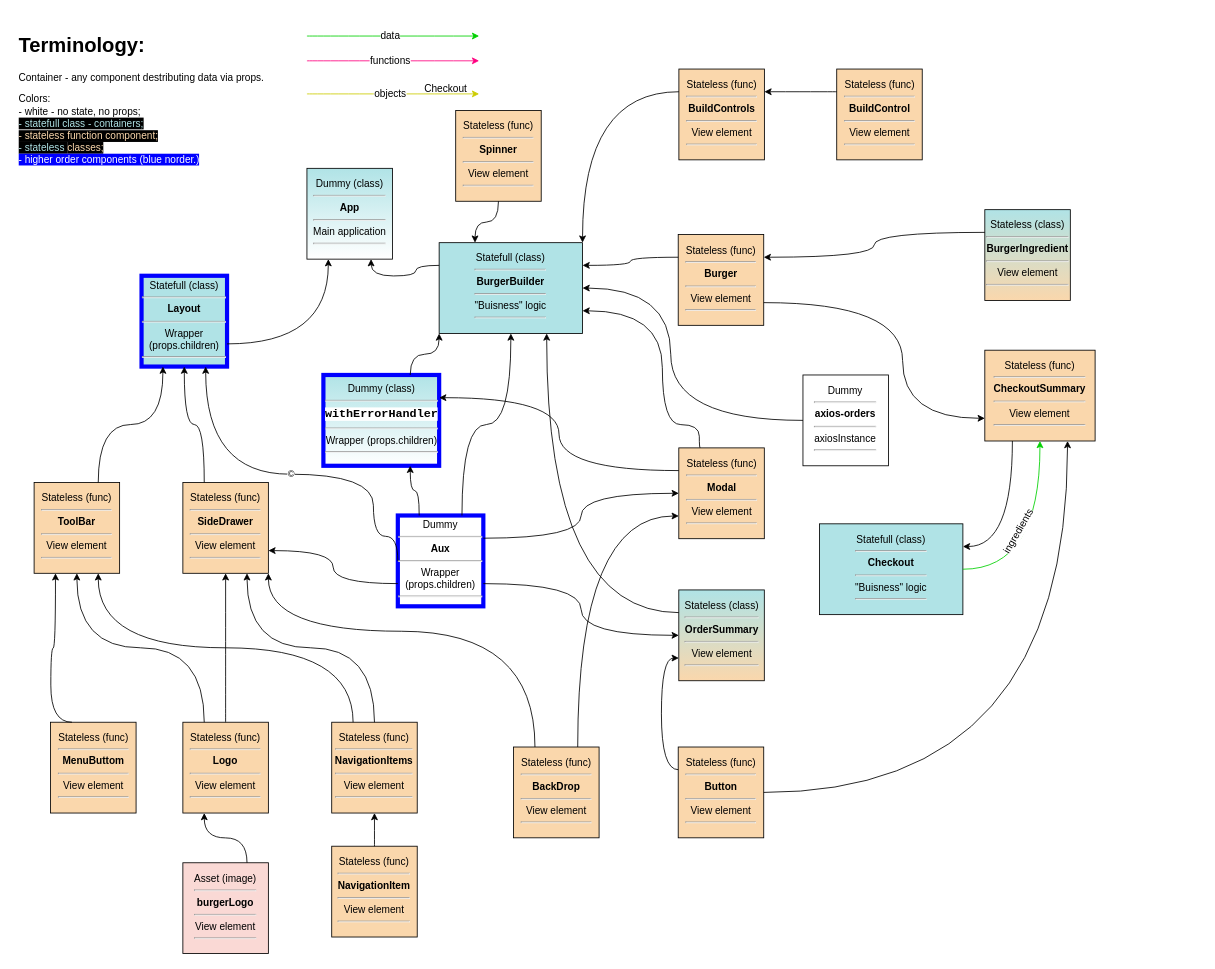
Sergey190309/burger-builder keeps this draw.io diagram as page "Application stracture" (5 of 5) of burger-builder.drawio. Above is the earlier version. Source tidied: cells renumbered, new cells numbered last; positions are measured from the earlier drawing's top-left corner, leaving out a move shared by most shapes. Both pictures are drawn from the tidied source at 84%, with x=0, y=0 at pixel (14, 29).
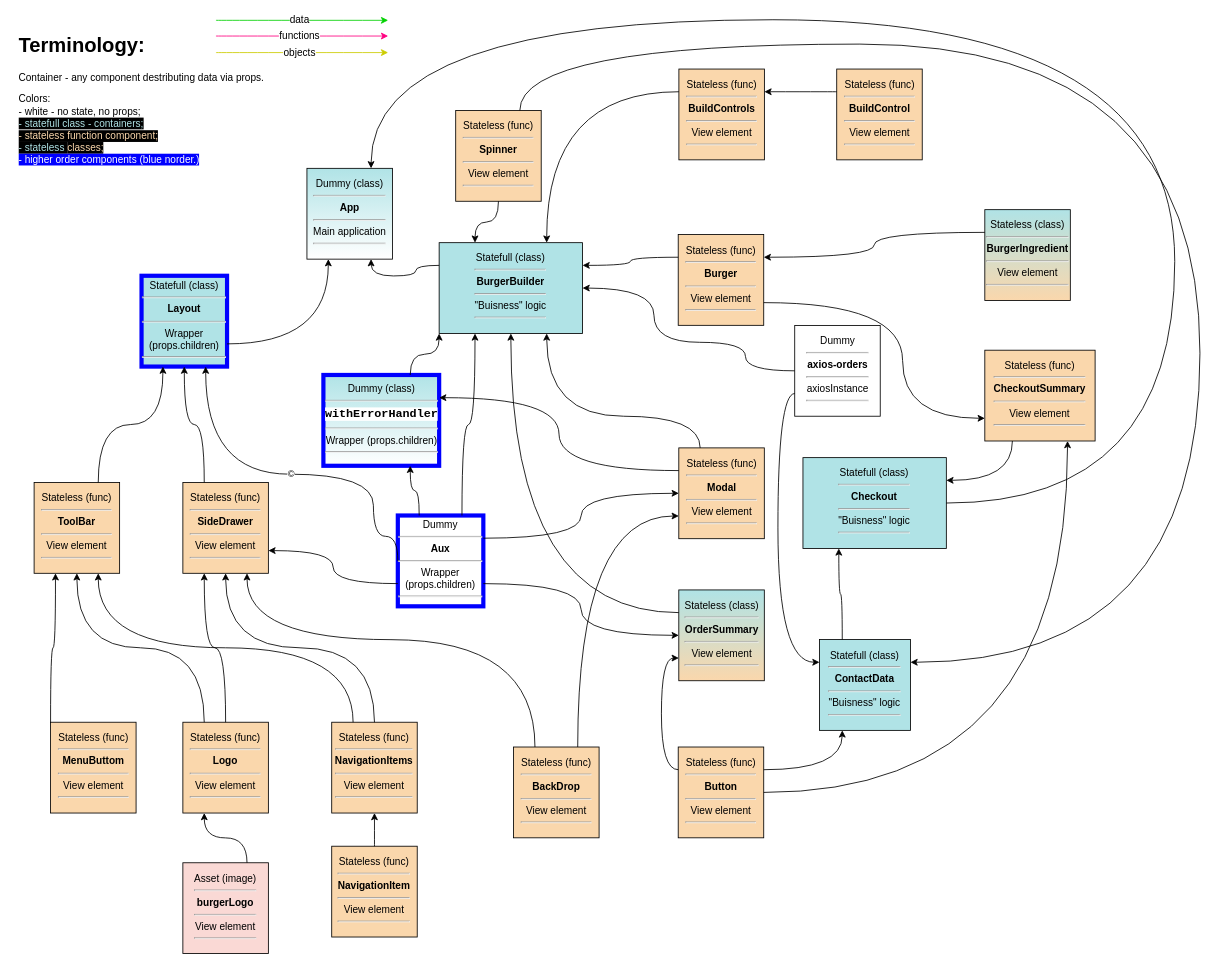
After the change.

The change refers to these unchanged cells:
```xml
<mxCell id="14" value="Statefull (class)&lt;br&gt;&lt;hr&gt;&lt;b&gt;BurgerBuilder&lt;/b&gt;&lt;br&gt;&lt;hr&gt;&quot;Buisness&quot; logic&lt;br&gt;&lt;hr&gt;" style="rounded=0;whiteSpace=wrap;html=1;fillColor=#b0e3e6;strokeColor=#000000;arcSize=0;glass=0;comic=0;shadow=0;" parent="11" vertex="1">
  <mxGeometry x="505.3" y="254.4" width="170.7" height="108.1" as="geometry" />
</mxCell>
<mxCell id="16" value="Dummy (class)&lt;br&gt;&lt;hr&gt;&lt;b&gt;App&lt;/b&gt;&lt;br&gt;&lt;hr&gt;Main application&lt;br&gt;&lt;hr&gt;" style="rounded=0;whiteSpace=wrap;html=1;fillColor=#B0E3E6;strokeColor=#000000;arcSize=0;glass=0;comic=0;shadow=0;gradientColor=#ffffff;" parent="11" vertex="1">
  <mxGeometry x="347.9" y="165.9" width="101.8" height="108.1" as="geometry" />
</mxCell>
<mxCell id="17" value="Dummy&lt;br&gt;&lt;hr&gt;&lt;b&gt;Aux&lt;/b&gt;&lt;br&gt;&lt;hr&gt;Wrapper (props.children)&lt;br&gt;&lt;hr&gt;" style="rounded=0;whiteSpace=wrap;html=1;fillColor=none;strokeColor=#0000FF;arcSize=0;glass=0;comic=0;shadow=0;strokeWidth=5;" parent="11" vertex="1">
  <mxGeometry x="456.1" y="579.2" width="101.8" height="108.1" as="geometry" />
</mxCell>
<mxCell id="18" value="Stateless (func)&lt;br&gt;&lt;hr&gt;&lt;b&gt;ToolBar&lt;/b&gt;&lt;br&gt;&lt;hr&gt;View element&lt;br&gt;&lt;hr&gt;" style="rounded=0;whiteSpace=wrap;html=1;fillColor=#fad7ac;strokeColor=#000000;arcSize=0;glass=0;comic=0;shadow=0;" parent="11" vertex="1">
  <mxGeometry x="23.1" y="539.9" width="101.8" height="108.1" as="geometry" />
</mxCell>
<mxCell id="19" value="Stateless (func)&lt;br&gt;&lt;hr&gt;&lt;b&gt;SideDrawer&lt;/b&gt;&lt;br&gt;&lt;hr&gt;View element&lt;br&gt;&lt;hr&gt;" style="rounded=0;whiteSpace=wrap;html=1;fillColor=#fad7ac;strokeColor=#000000;arcSize=0;glass=0;comic=0;shadow=0;" parent="11" vertex="1">
  <mxGeometry x="200.2" y="539.9" width="101.8" height="108.1" as="geometry" />
</mxCell>
<mxCell id="20" value="Stateless (func)&lt;br&gt;&lt;hr&gt;&lt;b&gt;Logo&lt;/b&gt;&lt;br&gt;&lt;hr&gt;View element&lt;br&gt;&lt;hr&gt;" style="rounded=0;whiteSpace=wrap;html=1;fillColor=#fad7ac;strokeColor=#000000;arcSize=0;glass=0;comic=0;shadow=0;" parent="11" vertex="1">
  <mxGeometry x="200.2" y="825.3" width="101.8" height="108.1" as="geometry" />
</mxCell>
<mxCell id="21" value="Stateless (func)&lt;br&gt;&lt;hr&gt;&lt;b&gt;NavigationItems&lt;/b&gt;&lt;br&gt;&lt;hr&gt;View element&lt;br&gt;&lt;hr&gt;" style="rounded=0;whiteSpace=wrap;html=1;fillColor=#fad7ac;strokeColor=#000000;arcSize=0;glass=0;comic=0;shadow=0;" parent="11" vertex="1">
  <mxGeometry x="377.4" y="825.3" width="101.8" height="108.1" as="geometry" />
</mxCell>
<mxCell id="22" value="Stateless (func)&lt;br&gt;&lt;hr&gt;&lt;b&gt;BackDrop&lt;/b&gt;&lt;br&gt;&lt;hr&gt;View element&lt;br&gt;&lt;hr&gt;" style="rounded=0;whiteSpace=wrap;html=1;fillColor=#fad7ac;strokeColor=#000000;arcSize=0;glass=0;comic=0;shadow=0;" parent="11" vertex="1">
  <mxGeometry x="593.9" y="854.8" width="101.8" height="108.1" as="geometry" />
</mxCell>
<mxCell id="26" value="Stateless (func)&lt;br&gt;&lt;hr&gt;&lt;b&gt;BuildControls&lt;/b&gt;&lt;br&gt;&lt;hr&gt;View element&lt;br&gt;&lt;hr&gt;" style="rounded=0;whiteSpace=wrap;html=1;fillColor=#fad7ac;strokeColor=#000000;arcSize=0;glass=0;comic=0;shadow=0;" parent="11" vertex="1">
  <mxGeometry x="790.7" y="47.7" width="101.8" height="108.1" as="geometry" />
</mxCell>
<mxCell id="27" value="Stateless (func)&lt;br&gt;&lt;hr&gt;&lt;b&gt;Modal&lt;/b&gt;&lt;br&gt;&lt;hr&gt;View element&lt;br&gt;&lt;hr&gt;" style="rounded=0;whiteSpace=wrap;html=1;fillColor=#fad7ac;strokeColor=#000000;arcSize=0;glass=0;comic=0;shadow=0;" parent="11" vertex="1">
  <mxGeometry x="790.6" y="498.7" width="101.8" height="108.1" as="geometry" />
</mxCell>
<mxCell id="28" value="Stateless (class)&lt;br&gt;&lt;hr&gt;&lt;b&gt;OrderSummary&lt;/b&gt;&lt;br&gt;&lt;hr&gt;View element&lt;br&gt;&lt;hr&gt;" style="rounded=0;whiteSpace=wrap;html=1;fillColor=#fad7ac;strokeColor=#000000;arcSize=0;glass=0;comic=0;shadow=0;gradientColor=#B0E3E6;gradientDirection=north;" parent="11" vertex="1">
  <mxGeometry x="790.6" y="667.8" width="101.8" height="108.1" as="geometry" />
</mxCell>
<mxCell id="31" value="Stateless (func)&lt;br&gt;&lt;hr&gt;&lt;b&gt;Button&lt;/b&gt;&lt;br&gt;&lt;hr&gt;View element&lt;br&gt;&lt;hr&gt;" style="rounded=0;whiteSpace=wrap;html=1;fillColor=#fad7ac;strokeColor=#000000;arcSize=0;glass=0;comic=0;shadow=0;" parent="11" vertex="1">
  <mxGeometry x="789.9" y="854.8" width="101.8" height="108.1" as="geometry" />
</mxCell>
<mxCell id="32" value="Stateless (func)&lt;br&gt;&lt;hr&gt;&lt;b&gt;MenuButtom&lt;/b&gt;&lt;br&gt;&lt;hr&gt;View element&lt;br&gt;&lt;hr&gt;" style="rounded=0;whiteSpace=wrap;html=1;fillColor=#fad7ac;strokeColor=#000000;arcSize=0;glass=0;comic=0;shadow=0;" parent="11" vertex="1">
  <mxGeometry x="42.7" y="825.3" width="101.8" height="108.1" as="geometry" />
</mxCell>
<mxCell id="35" value="Stateless (func)&lt;br&gt;&lt;hr&gt;&lt;b&gt;Spinner&lt;/b&gt;&lt;br&gt;&lt;hr&gt;View element&lt;br&gt;&lt;hr&gt;" style="rounded=0;whiteSpace=wrap;html=1;fillColor=#fad7ac;strokeColor=#000000;arcSize=0;glass=0;comic=0;shadow=0;" parent="11" vertex="1">
  <mxGeometry x="525" y="97" width="101.8" height="108.1" as="geometry" />
</mxCell>
```

The edit, as a diff of the source:
```diff
@@
     <mxCell id="3" style="edgeStyle=orthogonalEdgeStyle;curved=1;rounded=0;orthogonalLoop=1;jettySize=auto;html=1;strokeColor=#00D100;" parent="1" edge="1">
       <mxGeometry relative="1" as="geometry">
-        <mxPoint x="347.9" y="8.4" as="sourcePoint" />
-        <mxPoint x="552.9" y="8.4" as="targetPoint" />
+        <mxPoint x="239.6" y="-10.3" as="sourcePoint" />
+        <mxPoint x="444.6" y="-10.3" as="targetPoint" />
       </mxGeometry>
     </mxCell>
@@
     <mxCell id="5" style="edgeStyle=orthogonalEdgeStyle;curved=1;rounded=0;orthogonalLoop=1;jettySize=auto;html=1;strokeColor=#FF0080;" parent="1" edge="1">
       <mxGeometry relative="1" as="geometry">
-        <mxPoint x="347.9" y="37.9" as="sourcePoint" />
-        <mxPoint x="552.9" y="37.9" as="targetPoint" />
+        <mxPoint x="239.6" y="8.4" as="sourcePoint" />
+        <mxPoint x="444.6" y="8.4" as="targetPoint" />
       </mxGeometry>
     </mxCell>
@@
     <mxCell id="7" style="edgeStyle=orthogonalEdgeStyle;curved=1;rounded=0;orthogonalLoop=1;jettySize=auto;html=1;strokeColor=#CCCC00;" parent="1" edge="1">
       <mxGeometry relative="1" as="geometry">
-        <mxPoint x="347.9" y="77.3" as="sourcePoint" />
-        <mxPoint x="552.9" y="77.3" as="targetPoint" />
+        <mxPoint x="239.6" y="28.1" as="sourcePoint" />
+        <mxPoint x="444.6" y="28.1" as="targetPoint" />
       </mxGeometry>
     </mxCell>
@@
-    <mxCell id="9" value="Statefull (class)&lt;br&gt;&lt;hr&gt;&lt;b&gt;Checkout&lt;/b&gt;&lt;br&gt;&lt;hr&gt;&quot;Buisness&quot; logic&lt;br&gt;&lt;hr&gt;" style="rounded=0;whiteSpace=wrap;html=1;fillColor=#b0e3e6;strokeColor=#000000;arcSize=0;glass=0;comic=0;shadow=0;" parent="1" vertex="1">
-      <mxGeometry x="958.1" y="589.1" width="170.7" height="108.1" as="geometry" />
-    </mxCell>
-    <mxCell id="10" value="Stateless (func)&lt;br&gt;&lt;hr&gt;&lt;b&gt;CheckoutSummary&lt;/b&gt;&lt;br&gt;&lt;hr&gt;View element&lt;br&gt;&lt;hr&gt;" style="rounded=0;whiteSpace=wrap;html=1;fillColor=#fad7ac;strokeColor=#000000;arcSize=0;glass=0;comic=0;shadow=0;" parent="1" vertex="1">
-      <mxGeometry x="1154.9" y="382.4" width="131.3" height="108.1" as="geometry" />
-    </mxCell>
@@
     <mxCell id="33" value="Dummy&lt;br&gt;&lt;hr&gt;&lt;b&gt;axios-orders&lt;/b&gt;&lt;br&gt;&lt;hr&gt;axiosInstance&lt;br&gt;&lt;hr&gt;" style="rounded=0;whiteSpace=wrap;html=1;fillColor=none;strokeColor=#000000;arcSize=0;glass=0;comic=0;shadow=0;" parent="11" vertex="1">
-      <mxGeometry x="938.4" y="411.9" width="101.8" height="108.1" as="geometry" />
+      <mxGeometry x="928.6" y="352.9" width="101.8" height="108.1" as="geometry" />
     </mxCell>
@@
+    <mxCell id="9" value="Statefull (class)&lt;br&gt;&lt;hr&gt;&lt;b&gt;Checkout&lt;/b&gt;&lt;br&gt;&lt;hr&gt;&quot;Buisness&quot; logic&lt;br&gt;&lt;hr&gt;" style="rounded=0;whiteSpace=wrap;html=1;fillColor=#b0e3e6;strokeColor=#000000;arcSize=0;glass=0;comic=0;shadow=0;" parent="11" vertex="1">
+      <mxGeometry x="938.4" y="510.3" width="170.7" height="108.1" as="geometry" />
+    </mxCell>
+    <mxCell id="10" value="Stateless (func)&lt;br&gt;&lt;hr&gt;&lt;b&gt;CheckoutSummary&lt;/b&gt;&lt;br&gt;&lt;hr&gt;View element&lt;br&gt;&lt;hr&gt;" style="rounded=0;whiteSpace=wrap;html=1;fillColor=#fad7ac;strokeColor=#000000;arcSize=0;glass=0;comic=0;shadow=0;" parent="11" vertex="1">
+      <mxGeometry x="1154.9" y="382.4" width="131.3" height="108.1" as="geometry" />
+    </mxCell>
+    <mxCell id="76" value="Statefull (class)&lt;br&gt;&lt;hr&gt;&lt;b&gt;ContactData&lt;/b&gt;&lt;br&gt;&lt;hr&gt;&quot;Buisness&quot; logic&lt;br&gt;&lt;hr&gt;" style="rounded=0;whiteSpace=wrap;html=1;fillColor=#b0e3e6;strokeColor=#000000;arcSize=0;glass=0;comic=0;shadow=0;" parent="11" vertex="1">
+      <mxGeometry x="958.1" y="726.9" width="108.3" height="108.1" as="geometry" />
+    </mxCell>
@@
-    <mxCell id="47" style="edgeStyle=orthogonalEdgeStyle;curved=1;rounded=0;jettySize=auto;html=1;exitX=0.5;exitY=0;exitDx=0;exitDy=0;entryX=0.5;entryY=1;entryDx=0;entryDy=0;" parent="36" edge="1" source="20" target="19">
+    <mxCell id="47" style="edgeStyle=orthogonalEdgeStyle;curved=1;rounded=0;jettySize=auto;html=1;exitX=0.5;exitY=0;exitDx=0;exitDy=0;entryX=0.25;entryY=1;entryDx=0;entryDy=0;" parent="36" edge="1" source="20" target="19">
       <mxGeometry relative="1" as="geometry" />
     </mxCell>
-    <mxCell id="48" style="edgeStyle=orthogonalEdgeStyle;curved=1;rounded=0;jettySize=auto;html=1;exitX=0.5;exitY=0;exitDx=0;exitDy=0;entryX=0.75;entryY=1;entryDx=0;entryDy=0;" parent="36" edge="1" source="21" target="19">
+    <mxCell id="48" style="edgeStyle=orthogonalEdgeStyle;curved=1;rounded=0;jettySize=auto;html=1;exitX=0.5;exitY=0;exitDx=0;exitDy=0;entryX=0.5;entryY=1;entryDx=0;entryDy=0;" parent="36" edge="1" source="21" target="19">
       <mxGeometry relative="1" as="geometry" />
     </mxCell>
-    <mxCell id="49" style="edgeStyle=orthogonalEdgeStyle;curved=1;rounded=0;jettySize=auto;html=1;exitX=0.25;exitY=0;exitDx=0;exitDy=0;entryX=1;entryY=1;entryDx=0;entryDy=0;" parent="36" edge="1" source="22" target="19">
+    <mxCell id="49" style="edgeStyle=orthogonalEdgeStyle;curved=1;rounded=0;jettySize=auto;html=1;exitX=0.25;exitY=0;exitDx=0;exitDy=0;entryX=0.75;entryY=1;entryDx=0;entryDy=0;" parent="36" edge="1" source="22" target="19">
       <mxGeometry relative="1" as="geometry">
         <Array as="points">
-          <mxPoint x="619" y="717" />
-          <mxPoint x="302" y="717" />
+          <mxPoint x="619" y="727" />
+          <mxPoint x="277" y="727" />
         </Array>
       </mxGeometry>
     </mxCell>
@@
-    <mxCell id="52" style="edgeStyle=orthogonalEdgeStyle;curved=1;rounded=0;jettySize=auto;html=1;exitX=0.75;exitY=0;exitDx=0;exitDy=0;entryX=0.5;entryY=1;entryDx=0;entryDy=0;" parent="36" edge="1" source="17" target="14">
+    <mxCell id="52" style="edgeStyle=orthogonalEdgeStyle;curved=1;rounded=0;jettySize=auto;html=1;exitX=0.75;exitY=0;exitDx=0;exitDy=0;entryX=0.25;entryY=1;entryDx=0;entryDy=0;" parent="36" edge="1" source="17" target="14">
       <mxGeometry relative="1" as="geometry" />
     </mxCell>
@@
-    <mxCell id="54" style="edgeStyle=orthogonalEdgeStyle;curved=1;rounded=0;jettySize=auto;html=1;exitX=0;exitY=0.25;exitDx=0;exitDy=0;entryX=1;entryY=0;entryDx=0;entryDy=0;" parent="36" edge="1" source="26" target="14">
+    <mxCell id="54" style="edgeStyle=orthogonalEdgeStyle;curved=1;rounded=0;jettySize=auto;html=1;exitX=0;exitY=0.25;exitDx=0;exitDy=0;entryX=0.75;entryY=0;entryDx=0;entryDy=0;" parent="36" edge="1" source="26" target="14">
       <mxGeometry relative="1" as="geometry" />
     </mxCell>
-    <mxCell id="55" style="edgeStyle=orthogonalEdgeStyle;curved=1;rounded=0;jettySize=auto;html=1;exitX=0.25;exitY=0;exitDx=0;exitDy=0;entryX=1;entryY=0.75;entryDx=0;entryDy=0;" parent="36" edge="1" source="27" target="14">
+    <mxCell id="55" style="edgeStyle=orthogonalEdgeStyle;curved=1;rounded=0;jettySize=auto;html=1;exitX=0.25;exitY=0;exitDx=0;exitDy=0;entryX=0.75;entryY=1;entryDx=0;entryDy=0;" parent="36" edge="1" source="27" target="14">
       <mxGeometry relative="1" as="geometry">
         <Array as="points">
-          <mxPoint x="815" y="471" />
-          <mxPoint x="771" y="471" />
-          <mxPoint x="771" y="336" />
+          <mxPoint x="816" y="461" />
+          <mxPoint x="633" y="461" />
         </Array>
       </mxGeometry>
     </mxCell>
-    <mxCell id="56" style="edgeStyle=orthogonalEdgeStyle;curved=1;rounded=0;jettySize=auto;html=1;exitX=0;exitY=0.25;exitDx=0;exitDy=0;entryX=0.75;entryY=1;entryDx=0;entryDy=0;" parent="36" edge="1" source="28" target="14">
+    <mxCell id="56" style="edgeStyle=orthogonalEdgeStyle;curved=1;rounded=0;jettySize=auto;html=1;exitX=0;exitY=0.25;exitDx=0;exitDy=0;entryX=0.5;entryY=1;entryDx=0;entryDy=0;" parent="36" edge="1" source="28" target="14">
       <mxGeometry relative="1" as="geometry" />
     </mxCell>
@@
-    <mxCell id="63" style="edgeStyle=orthogonalEdgeStyle;curved=1;rounded=0;jettySize=auto;html=1;exitX=0.25;exitY=0;exitDx=0;exitDy=0;entryX=0.25;entryY=1;entryDx=0;entryDy=0;strokeColor=#000000;" parent="36" edge="1" source="32" target="18">
-      <mxGeometry relative="1" as="geometry">
-        <Array as="points">
-          <mxPoint x="43" y="825" />
-          <mxPoint x="43" y="737" />
-          <mxPoint x="49" y="737" />
-        </Array>
-      </mxGeometry>
+    <mxCell id="63" style="edgeStyle=orthogonalEdgeStyle;curved=1;rounded=0;jettySize=auto;html=1;exitX=0;exitY=0;exitDx=0;exitDy=0;entryX=0.25;entryY=1;entryDx=0;entryDy=0;strokeColor=#000000;" parent="36" edge="1" source="32" target="18">
+      <mxGeometry relative="1" as="geometry" />
     </mxCell>
     <mxCell id="64" style="edgeStyle=orthogonalEdgeStyle;rounded=0;jettySize=auto;html=1;exitX=0;exitY=0.5;exitDx=0;exitDy=0;curved=1;entryX=1;entryY=0.5;entryDx=0;entryDy=0;" parent="36" edge="1" source="33" target="14">
       <mxGeometry relative="1" as="geometry">
         <Array as="points">
-          <mxPoint x="781" y="466" />
-          <mxPoint x="781" y="308" />
+          <mxPoint x="870" y="407" />
+          <mxPoint x="870" y="373" />
+          <mxPoint x="761" y="373" />
+          <mxPoint x="761" y="309" />
         </Array>
       </mxGeometry>
     </mxCell>
@@
-    <mxCell id="72" parent="0" />
-    <mxCell id="73" value="Checkout" style="text;html=1;" parent="72" vertex="1">
-      <mxGeometry x="485.7" y="57.6" width="78.7" height="29.5" as="geometry" />
-    </mxCell>
-    <mxCell id="74" style="edgeStyle=orthogonalEdgeStyle;curved=1;rounded=0;jettySize=auto;html=1;exitX=1;exitY=0.5;exitDx=0;exitDy=0;entryX=0.5;entryY=1;entryDx=0;entryDy=0;strokeColor=#00D100;" parent="72" edge="1" source="9" target="10">
-      <mxGeometry relative="1" as="geometry" />
-    </mxCell>
-    <mxCell id="75" value="ingredients" style="text;html=1;align=center;verticalAlign=middle;labelBackgroundColor=#ffffff;rotation=-60;" parent="74" vertex="1">
-      <mxGeometry x="-0.43" y="34" relative="1" as="geometry">
-        <mxPoint x="-5" y="-10.2" as="offset" />
-      </mxGeometry>
-    </mxCell>
+    <mxCell id="77" style="edgeStyle=orthogonalEdgeStyle;rounded=0;jettySize=auto;html=1;exitX=1;exitY=0.5;exitDx=0;exitDy=0;curved=1;entryX=0.75;entryY=0;entryDx=0;entryDy=0;" parent="36" edge="1" source="9" target="16">
+      <mxGeometry relative="1" as="geometry">
+        <Array as="points">
+          <mxPoint x="1381" y="564" />
+          <mxPoint x="1381" y="-11" />
+          <mxPoint x="424" y="-11" />
+        </Array>
+      </mxGeometry>
+    </mxCell>
+    <mxCell id="78" style="edgeStyle=orthogonalEdgeStyle;curved=1;rounded=0;jettySize=auto;html=1;exitX=1;exitY=0.25;exitDx=0;exitDy=0;entryX=0.25;entryY=1;entryDx=0;entryDy=0;strokeColor=#000000;" parent="36" edge="1" source="31" target="76">
+      <mxGeometry relative="1" as="geometry" />
+    </mxCell>
+    <mxCell id="79" style="edgeStyle=orthogonalEdgeStyle;curved=1;rounded=0;jettySize=auto;html=1;exitX=0.25;exitY=0;exitDx=0;exitDy=0;entryX=0.25;entryY=1;entryDx=0;entryDy=0;strokeColor=#000000;" parent="36" edge="1" source="76" target="9">
+      <mxGeometry relative="1" as="geometry" />
+    </mxCell>
+    <mxCell id="80" style="edgeStyle=orthogonalEdgeStyle;curved=1;rounded=0;jettySize=auto;html=1;exitX=0.75;exitY=0;exitDx=0;exitDy=0;entryX=1;entryY=0.25;entryDx=0;entryDy=0;strokeColor=#000000;" parent="36" edge="1" source="35" target="76">
+      <mxGeometry relative="1" as="geometry">
+        <Array as="points">
+          <mxPoint x="601" y="18" />
+          <mxPoint x="1411" y="18" />
+          <mxPoint x="1411" y="754" />
+        </Array>
+      </mxGeometry>
+    </mxCell>
+    <mxCell id="81" style="edgeStyle=orthogonalEdgeStyle;curved=1;rounded=0;jettySize=auto;html=1;entryX=0;entryY=0.25;entryDx=0;entryDy=0;strokeColor=#000000;exitX=0;exitY=0.75;exitDx=0;exitDy=0;" parent="36" edge="1" source="33" target="76">
+      <mxGeometry relative="1" as="geometry" />
+    </mxCell>
```
